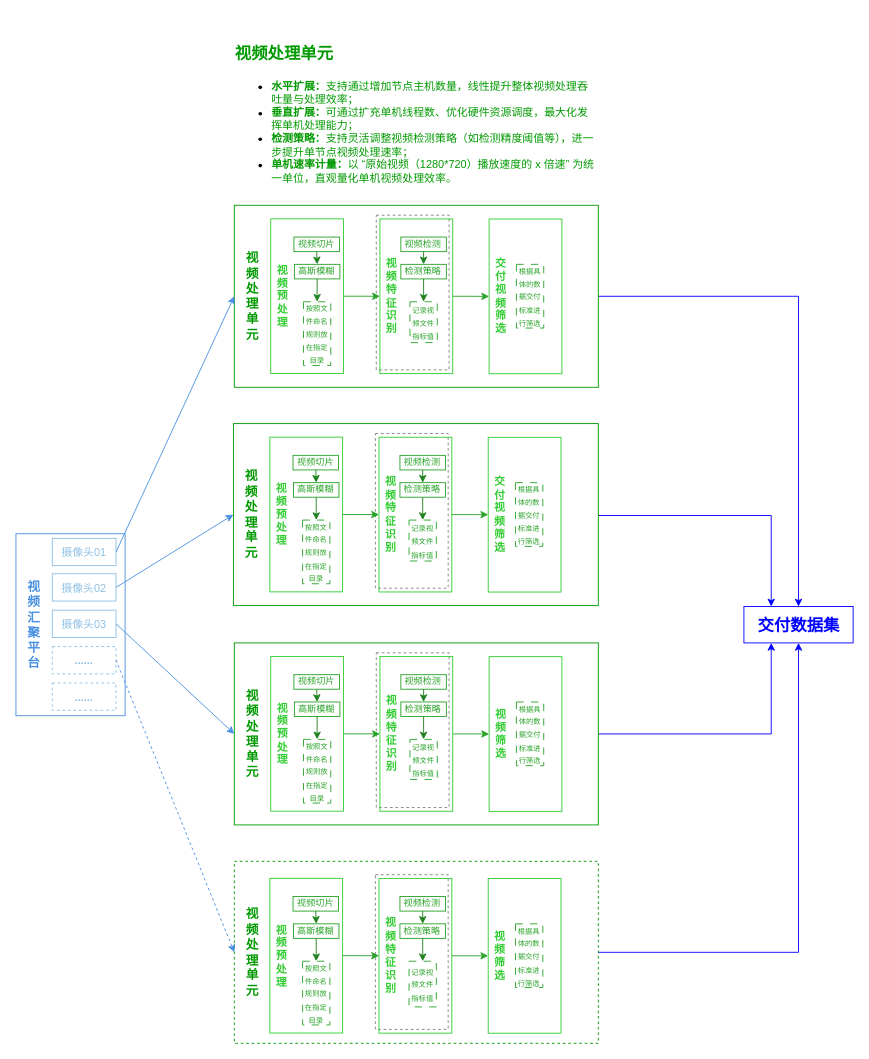
This is page "AI训练数据处理" (1 of 2) of dhp/culture.and.tourism.drawio from wenhulove333/opendhp, a draw.io file, before an edit. Source tidied: cells renumbered, new cells numbered last; positions are measured from the earlier drawing's top-left corner, leaving out a move shared by most shapes. Both pictures are drawn from the tidied source at 91%, with x=0, y=0 at pixel (15, 33).
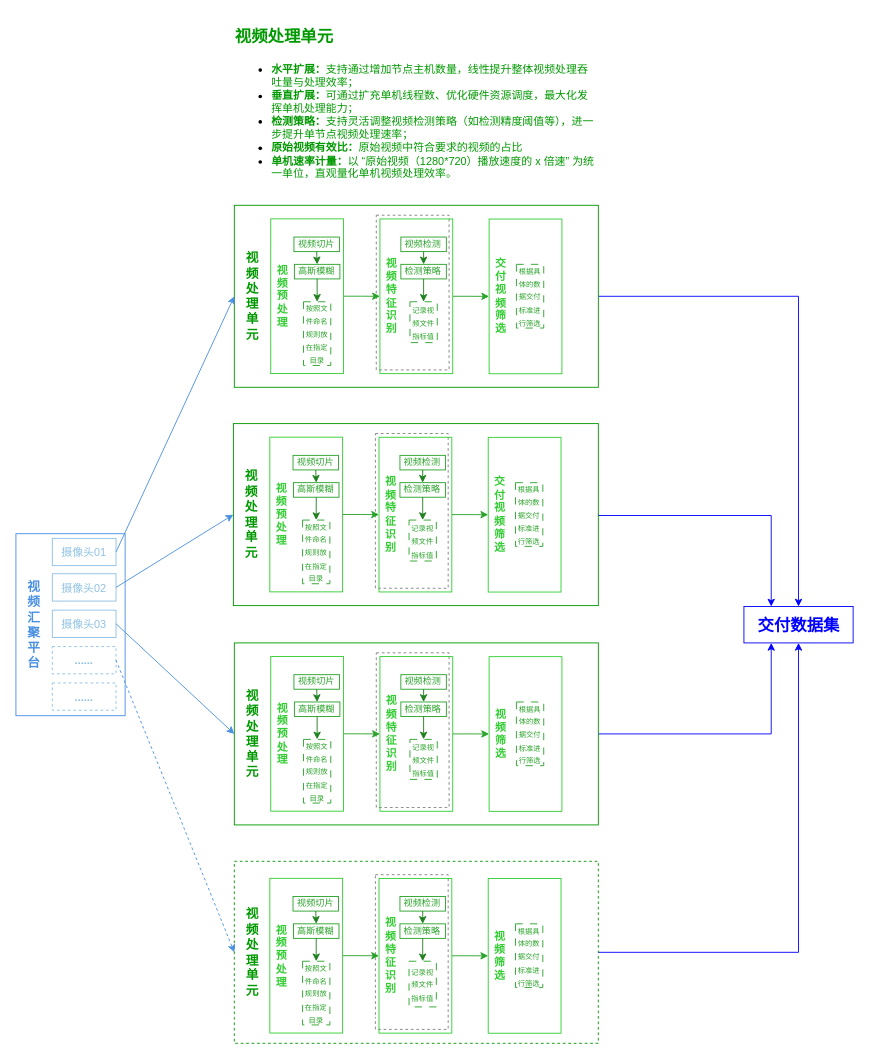
The same diagram, later.

Change to the diagram source:
```diff
@@
-    <mxCell id="172" value="&lt;h1 style=&quot;margin-top: 0px;&quot;&gt;&lt;font style=&quot;color: rgb(0, 153, 0); font-size: 18px;&quot;&gt;视频处理单元&lt;/font&gt;&lt;/h1&gt;&lt;ul&gt;&lt;li&gt;&lt;font style=&quot;color: rgb(0, 153, 0);&quot;&gt;&lt;b&gt;水平扩展：&lt;/b&gt;支持通过增加节点主机数量，线性提升整体视频处理吞吐量与处理效率；&lt;/font&gt;&lt;/li&gt;&lt;li&gt;&lt;font style=&quot;color: rgb(0, 153, 0);&quot;&gt;&lt;b&gt;垂直扩展：&lt;/b&gt;可通过扩充单机线程数、优化硬件资源调度，最大化发挥单机处理能力；&lt;/font&gt;&lt;/li&gt;&lt;li&gt;&lt;font style=&quot;color: rgb(0, 153, 0);&quot;&gt;&lt;b&gt;检测策略：&lt;/b&gt;支持灵活调整视频检测策略（如检测精度阈值等），进一步提升单节点视频处理速率；&lt;/font&gt;&lt;/li&gt;&lt;li&gt;&lt;font style=&quot;color: rgb(0, 153, 0);&quot;&gt;&lt;font style=&quot;color: rgb(0, 153, 0);&quot;&gt;&lt;b&gt;单机速率计量：&lt;/b&gt;以 “原始视&lt;font style=&quot;background-color: transparent;&quot;&gt;频（1280*720）播放速度的 x 倍速” 为统一单位，直观量化单机视频处理效率&lt;/font&gt;&lt;/font&gt;&lt;font style=&quot;background-color: transparent;&quot;&gt;。&lt;/font&gt;&lt;/font&gt;&lt;/li&gt;&lt;/ul&gt;&lt;p&gt;&lt;/p&gt;" style="text;html=1;whiteSpace=wrap;overflow=hidden;rounded=0;" parent="1" vertex="1">
-      <mxGeometry x="239" width="400" height="180" as="geometry" />
+    <mxCell id="172" value="&lt;h1 style=&quot;margin-top: 0px;&quot;&gt;&lt;font style=&quot;color: rgb(0, 153, 0); font-size: 18px;&quot;&gt;视频处理单元&lt;/font&gt;&lt;/h1&gt;&lt;ul&gt;&lt;li&gt;&lt;font style=&quot;color: rgb(0, 153, 0);&quot;&gt;&lt;b&gt;水平扩展：&lt;/b&gt;支持通过增加节点主机数量，线性提升整体视频处理吞吐量与处理效率；&lt;/font&gt;&lt;/li&gt;&lt;li&gt;&lt;font style=&quot;color: rgb(0, 153, 0);&quot;&gt;&lt;b&gt;垂直扩展：&lt;/b&gt;可通过扩充单机线程数、优化硬件资源调度，最大化发挥单机处理能力；&lt;/font&gt;&lt;/li&gt;&lt;li&gt;&lt;font style=&quot;color: rgb(0, 153, 0);&quot;&gt;&lt;b&gt;检测策略：&lt;/b&gt;支持灵活调整视频检测策略（如检测精度阈值等），进一步提升单节点视频处理速率；&lt;/font&gt;&lt;/li&gt;&lt;li&gt;&lt;font color=&quot;#009900&quot;&gt;&lt;b&gt;原始视频有效比：&lt;/b&gt;原始视频中符合要求的视频的占比&lt;/font&gt;&lt;/li&gt;&lt;li&gt;&lt;font style=&quot;color: rgb(0, 153, 0);&quot;&gt;&lt;font style=&quot;color: rgb(0, 153, 0);&quot;&gt;&lt;b&gt;单机速率计量：&lt;/b&gt;以 “原始视&lt;font style=&quot;background-color: transparent;&quot;&gt;频（1280*720）播放速度的 x 倍速” 为统一单位，直观量化单机视频处理效率&lt;/font&gt;&lt;/font&gt;&lt;font style=&quot;background-color: transparent;&quot;&gt;。&lt;/font&gt;&lt;/font&gt;&lt;/li&gt;&lt;/ul&gt;&lt;p&gt;&lt;/p&gt;" style="text;html=1;whiteSpace=wrap;overflow=hidden;rounded=0;" parent="1" vertex="1">
+      <mxGeometry x="239" y="-19" width="400" height="189" as="geometry" />
     </mxCell>
```
